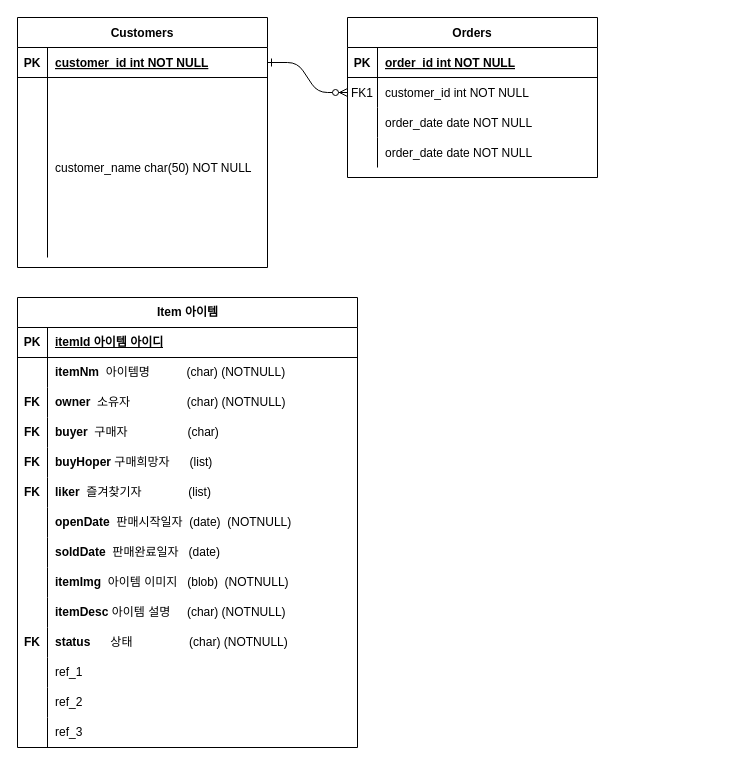
This is 제목 없는 다이어그램.drawio from eunbinoh/myReact, a draw.io file, before an edit. Source tidied: cells renumbered, new cells numbered last; positions are measured from the earlier drawing's top-left corner, leaving out a move shared by most shapes. Both pictures are drawn from the tidied source at 100%, with x=0, y=0 at pixel (17, 17).
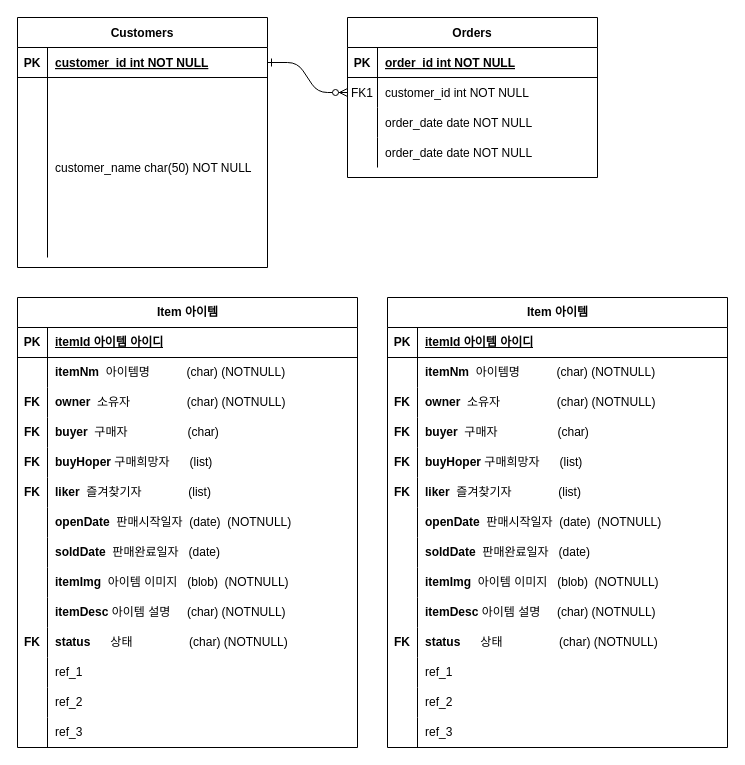
The same diagram, later.

Commit message:
제목 없는 다이어그램.drawio 업데이트

Diff of the diagram source:
```diff
@@
+    <mxCell id="71" value="Item 아이템" style="shape=table;startSize=30;childLayout=tableLayout;rowLines=0;fontStyle=1;align=center;html=1;" parent="1" vertex="1">
+      <mxGeometry x="370" y="280" width="340" height="450" as="geometry" />
+    </mxCell>
+    <mxCell id="72" style="shape=tableRow;horizontal=0;startSize=0;swimlaneHead=0;swimlaneBody=0;fillColor=none;top=0;left=0;right=0;bottom=1;" parent="71" vertex="1">
+      <mxGeometry y="30" width="340" height="30" as="geometry" />
+    </mxCell>
+    <mxCell id="73" value="PK" style="shape=partialRectangle;fillColor=none;top=0;left=0;bottom=0;right=0;fontStyle=1;overflow=hidden;whiteSpace=wrap;html=1;" parent="72" vertex="1">
+      <mxGeometry width="30" height="30" as="geometry" />
+    </mxCell>
+    <mxCell id="74" value="itemId 아이템 아이디" style="shape=partialRectangle;fillColor=none;top=0;left=0;bottom=0;right=0;align=left;spacingLeft=6;fontStyle=5;overflow=hidden;whiteSpace=wrap;html=1;" parent="72" vertex="1">
+      <mxGeometry x="30" width="310" height="30" as="geometry" />
+    </mxCell>
+    <mxCell id="75" style="shape=tableRow;horizontal=0;startSize=0;swimlaneHead=0;swimlaneBody=0;fillColor=none;top=0;left=0;right=0;bottom=0;" parent="71" vertex="1">
+      <mxGeometry y="60" width="340" height="30" as="geometry" />
+    </mxCell>
+    <mxCell id="76" style="shape=partialRectangle;fillColor=none;top=0;left=0;bottom=0;right=0;overflow=hidden;whiteSpace=wrap;html=1;" parent="75" vertex="1">
+      <mxGeometry width="30" height="30" as="geometry" />
+    </mxCell>
+    <mxCell id="77" value="&lt;b&gt;itemNm&lt;/b&gt;&amp;nbsp; 아이템명&amp;nbsp; &amp;nbsp; &amp;nbsp; &amp;nbsp; &amp;nbsp; &amp;nbsp;(char) (NOTNULL)" style="shape=partialRectangle;fillColor=none;top=0;left=0;bottom=0;right=0;align=left;spacingLeft=6;overflow=hidden;whiteSpace=wrap;html=1;" parent="75" vertex="1">
+      <mxGeometry x="30" width="310" height="30" as="geometry" />
+    </mxCell>
+    <mxCell id="78" style="shape=tableRow;horizontal=0;startSize=0;swimlaneHead=0;swimlaneBody=0;fillColor=none;top=0;left=0;right=0;bottom=0;" parent="71" vertex="1">
+      <mxGeometry y="90" width="340" height="30" as="geometry" />
+    </mxCell>
+    <mxCell id="79" value="&lt;b style=&quot;border-color: var(--border-color);&quot;&gt;FK&lt;/b&gt;" style="shape=partialRectangle;fillColor=none;top=0;left=0;bottom=0;right=0;overflow=hidden;whiteSpace=wrap;html=1;" parent="78" vertex="1">
+      <mxGeometry width="30" height="30" as="geometry" />
+    </mxCell>
+    <mxCell id="80" value="&lt;b&gt;owner&lt;/b&gt;&amp;nbsp; 소유자&amp;nbsp; &amp;nbsp; &amp;nbsp; &amp;nbsp; &amp;nbsp; &amp;nbsp; &amp;nbsp; &amp;nbsp; &amp;nbsp;(char) (NOTNULL)" style="shape=partialRectangle;fillColor=none;top=0;left=0;bottom=0;right=0;align=left;spacingLeft=6;overflow=hidden;whiteSpace=wrap;html=1;" parent="78" vertex="1">
+      <mxGeometry x="30" width="310" height="30" as="geometry" />
+    </mxCell>
+    <mxCell id="81" style="shape=tableRow;horizontal=0;startSize=0;swimlaneHead=0;swimlaneBody=0;fillColor=none;top=0;left=0;right=0;bottom=0;" parent="71" vertex="1">
+      <mxGeometry y="120" width="340" height="30" as="geometry" />
+    </mxCell>
+    <mxCell id="82" value="&lt;b&gt;FK&lt;/b&gt;" style="shape=partialRectangle;fillColor=none;top=0;left=0;bottom=0;right=0;overflow=hidden;whiteSpace=wrap;html=1;" parent="81" vertex="1">
+      <mxGeometry width="30" height="30" as="geometry" />
+    </mxCell>
+    <mxCell id="83" value="&lt;b&gt;buyer&lt;/b&gt;&amp;nbsp; 구매자&amp;nbsp; &amp;nbsp; &amp;nbsp; &amp;nbsp; &amp;nbsp; &amp;nbsp; &amp;nbsp; &amp;nbsp; &amp;nbsp; (char)" style="shape=partialRectangle;fillColor=none;top=0;left=0;bottom=0;right=0;align=left;spacingLeft=6;overflow=hidden;whiteSpace=wrap;html=1;" parent="81" vertex="1">
+      <mxGeometry x="30" width="310" height="30" as="geometry" />
+    </mxCell>
+    <mxCell id="84" style="shape=tableRow;horizontal=0;startSize=0;swimlaneHead=0;swimlaneBody=0;fillColor=none;top=0;left=0;right=0;bottom=0;" parent="71" vertex="1">
+      <mxGeometry y="150" width="340" height="30" as="geometry" />
+    </mxCell>
+    <mxCell id="85" value="&lt;b style=&quot;border-color: var(--border-color);&quot;&gt;FK&lt;/b&gt;" style="shape=partialRectangle;fillColor=none;top=0;left=0;bottom=0;right=0;overflow=hidden;whiteSpace=wrap;html=1;" parent="84" vertex="1">
+      <mxGeometry width="30" height="30" as="geometry" />
+    </mxCell>
+    <mxCell id="86" value="&lt;b&gt;buyHoper&lt;/b&gt; 구매희망자&amp;nbsp; &amp;nbsp; &amp;nbsp; (list)" style="shape=partialRectangle;fillColor=none;top=0;left=0;bottom=0;right=0;align=left;spacingLeft=6;overflow=hidden;whiteSpace=wrap;html=1;" parent="84" vertex="1">
+      <mxGeometry x="30" width="310" height="30" as="geometry" />
+    </mxCell>
+    <mxCell id="87" style="shape=tableRow;horizontal=0;startSize=0;swimlaneHead=0;swimlaneBody=0;fillColor=none;top=0;left=0;right=0;bottom=0;" parent="71" vertex="1">
+      <mxGeometry y="180" width="340" height="30" as="geometry" />
+    </mxCell>
+    <mxCell id="88" value="&lt;b style=&quot;border-color: var(--border-color);&quot;&gt;FK&lt;/b&gt;" style="shape=partialRectangle;fillColor=none;top=0;left=0;bottom=0;right=0;overflow=hidden;whiteSpace=wrap;html=1;" parent="87" vertex="1">
+      <mxGeometry width="30" height="30" as="geometry" />
+    </mxCell>
+    <mxCell id="89" value="&lt;b&gt;liker&lt;/b&gt;&amp;nbsp; 즐겨찾기자&amp;nbsp; &amp;nbsp; &amp;nbsp; &amp;nbsp; &amp;nbsp; &amp;nbsp; &amp;nbsp; (list)" style="shape=partialRectangle;fillColor=none;top=0;left=0;bottom=0;right=0;align=left;spacingLeft=6;overflow=hidden;whiteSpace=wrap;html=1;" parent="87" vertex="1">
+      <mxGeometry x="30" width="310" height="30" as="geometry" />
+    </mxCell>
+    <mxCell id="90" style="shape=tableRow;horizontal=0;startSize=0;swimlaneHead=0;swimlaneBody=0;fillColor=none;top=0;left=0;right=0;bottom=0;" parent="71" vertex="1">
+      <mxGeometry y="210" width="340" height="30" as="geometry" />
+    </mxCell>
+    <mxCell id="91" style="shape=partialRectangle;fillColor=none;top=0;left=0;bottom=0;right=0;overflow=hidden;whiteSpace=wrap;html=1;" parent="90" vertex="1">
+      <mxGeometry width="30" height="30" as="geometry" />
+    </mxCell>
+    <mxCell id="92" value="&lt;b&gt;openDate&lt;/b&gt;&amp;nbsp; 판매시작일자&amp;nbsp; (date)&amp;nbsp; (NOTNULL)" style="shape=partialRectangle;fillColor=none;top=0;left=0;bottom=0;right=0;align=left;spacingLeft=6;overflow=hidden;whiteSpace=wrap;html=1;" parent="90" vertex="1">
+      <mxGeometry x="30" width="310" height="30" as="geometry" />
+    </mxCell>
+    <mxCell id="93" style="shape=tableRow;horizontal=0;startSize=0;swimlaneHead=0;swimlaneBody=0;fillColor=none;top=0;left=0;right=0;bottom=0;" parent="71" vertex="1">
+      <mxGeometry y="240" width="340" height="30" as="geometry" />
+    </mxCell>
+    <mxCell id="94" style="shape=partialRectangle;fillColor=none;top=0;left=0;bottom=0;right=0;overflow=hidden;whiteSpace=wrap;html=1;" parent="93" vertex="1">
+      <mxGeometry width="30" height="30" as="geometry" />
+    </mxCell>
+    <mxCell id="95" value="&lt;b&gt;soldDate&lt;/b&gt;&amp;nbsp; 판매완료일자&amp;nbsp; &amp;nbsp;(date)" style="shape=partialRectangle;fillColor=none;top=0;left=0;bottom=0;right=0;align=left;spacingLeft=6;overflow=hidden;whiteSpace=wrap;html=1;" parent="93" vertex="1">
+      <mxGeometry x="30" width="310" height="30" as="geometry" />
+    </mxCell>
+    <mxCell id="96" style="shape=tableRow;horizontal=0;startSize=0;swimlaneHead=0;swimlaneBody=0;fillColor=none;top=0;left=0;right=0;bottom=0;" parent="71" vertex="1">
+      <mxGeometry y="270" width="340" height="30" as="geometry" />
+    </mxCell>
+    <mxCell id="97" style="shape=partialRectangle;fillColor=none;top=0;left=0;bottom=0;right=0;overflow=hidden;whiteSpace=wrap;html=1;" parent="96" vertex="1">
+      <mxGeometry width="30" height="30" as="geometry" />
+    </mxCell>
+    <mxCell id="98" value="&lt;b&gt;itemImg&lt;/b&gt;&amp;nbsp; 아이템 이미지&amp;nbsp; &amp;nbsp;(blob)&amp;nbsp; (NOTNULL)" style="shape=partialRectangle;fillColor=none;top=0;left=0;bottom=0;right=0;align=left;spacingLeft=6;overflow=hidden;whiteSpace=wrap;html=1;" parent="96" vertex="1">
+      <mxGeometry x="30" width="310" height="30" as="geometry" />
+    </mxCell>
+    <mxCell id="99" style="shape=tableRow;horizontal=0;startSize=0;swimlaneHead=0;swimlaneBody=0;fillColor=none;top=0;left=0;right=0;bottom=0;" parent="71" vertex="1">
+      <mxGeometry y="300" width="340" height="30" as="geometry" />
+    </mxCell>
+    <mxCell id="100" style="shape=partialRectangle;fillColor=none;top=0;left=0;bottom=0;right=0;overflow=hidden;whiteSpace=wrap;html=1;" parent="99" vertex="1">
+      <mxGeometry width="30" height="30" as="geometry" />
+    </mxCell>
+    <mxCell id="101" value="&lt;b&gt;itemDesc&lt;/b&gt; 아이템 설명&amp;nbsp; &amp;nbsp; &amp;nbsp;(char) (NOTNULL)" style="shape=partialRectangle;fillColor=none;top=0;left=0;bottom=0;right=0;align=left;spacingLeft=6;overflow=hidden;whiteSpace=wrap;html=1;" parent="99" vertex="1">
+      <mxGeometry x="30" width="310" height="30" as="geometry" />
+    </mxCell>
+    <mxCell id="102" style="shape=tableRow;horizontal=0;startSize=0;swimlaneHead=0;swimlaneBody=0;fillColor=none;top=0;left=0;right=0;bottom=0;" parent="71" vertex="1">
+      <mxGeometry y="330" width="340" height="30" as="geometry" />
+    </mxCell>
+    <mxCell id="103" value="&lt;b style=&quot;border-color: var(--border-color);&quot;&gt;FK&lt;/b&gt;" style="shape=partialRectangle;fillColor=none;top=0;left=0;bottom=0;right=0;overflow=hidden;whiteSpace=wrap;html=1;" parent="102" vertex="1">
+      <mxGeometry width="30" height="30" as="geometry" />
+    </mxCell>
+    <mxCell id="104" value="&lt;b&gt;status&lt;/b&gt;&amp;nbsp; &amp;nbsp; &amp;nbsp; 상태&amp;nbsp; &amp;nbsp; &amp;nbsp; &amp;nbsp; &amp;nbsp; &amp;nbsp; &amp;nbsp; &amp;nbsp; &amp;nbsp;(char) (NOTNULL)" style="shape=partialRectangle;fillColor=none;top=0;left=0;bottom=0;right=0;align=left;spacingLeft=6;overflow=hidden;whiteSpace=wrap;html=1;" parent="102" vertex="1">
+      <mxGeometry x="30" width="310" height="30" as="geometry" />
+    </mxCell>
+    <mxCell id="105" style="shape=tableRow;horizontal=0;startSize=0;swimlaneHead=0;swimlaneBody=0;fillColor=none;top=0;left=0;right=0;bottom=0;" parent="71" vertex="1">
+      <mxGeometry y="360" width="340" height="30" as="geometry" />
+    </mxCell>
+    <mxCell id="106" style="shape=partialRectangle;fillColor=none;top=0;left=0;bottom=0;right=0;overflow=hidden;whiteSpace=wrap;html=1;" parent="105" vertex="1">
+      <mxGeometry width="30" height="30" as="geometry" />
+    </mxCell>
+    <mxCell id="107" value="ref_1" style="shape=partialRectangle;fillColor=none;top=0;left=0;bottom=0;right=0;align=left;spacingLeft=6;overflow=hidden;whiteSpace=wrap;html=1;" parent="105" vertex="1">
+      <mxGeometry x="30" width="310" height="30" as="geometry" />
+    </mxCell>
+    <mxCell id="108" style="shape=tableRow;horizontal=0;startSize=0;swimlaneHead=0;swimlaneBody=0;fillColor=none;top=0;left=0;right=0;bottom=0;" parent="71" vertex="1">
+      <mxGeometry y="390" width="340" height="30" as="geometry" />
+    </mxCell>
+    <mxCell id="109" style="shape=partialRectangle;fillColor=none;top=0;left=0;bottom=0;right=0;overflow=hidden;whiteSpace=wrap;html=1;" parent="108" vertex="1">
+      <mxGeometry width="30" height="30" as="geometry" />
+    </mxCell>
+    <mxCell id="110" value="ref_2" style="shape=partialRectangle;fillColor=none;top=0;left=0;bottom=0;right=0;align=left;spacingLeft=6;overflow=hidden;whiteSpace=wrap;html=1;" parent="108" vertex="1">
+      <mxGeometry x="30" width="310" height="30" as="geometry" />
+    </mxCell>
+    <mxCell id="111" style="shape=tableRow;horizontal=0;startSize=0;swimlaneHead=0;swimlaneBody=0;fillColor=none;top=0;left=0;right=0;bottom=0;" parent="71" vertex="1">
+      <mxGeometry y="420" width="340" height="30" as="geometry" />
+    </mxCell>
+    <mxCell id="112" style="shape=partialRectangle;fillColor=none;top=0;left=0;bottom=0;right=0;overflow=hidden;whiteSpace=wrap;html=1;" parent="111" vertex="1">
+      <mxGeometry width="30" height="30" as="geometry" />
+    </mxCell>
+    <mxCell id="113" value="ref_3" style="shape=partialRectangle;fillColor=none;top=0;left=0;bottom=0;right=0;align=left;spacingLeft=6;overflow=hidden;whiteSpace=wrap;html=1;" parent="111" vertex="1">
+      <mxGeometry x="30" width="310" height="30" as="geometry" />
+    </mxCell>
```
